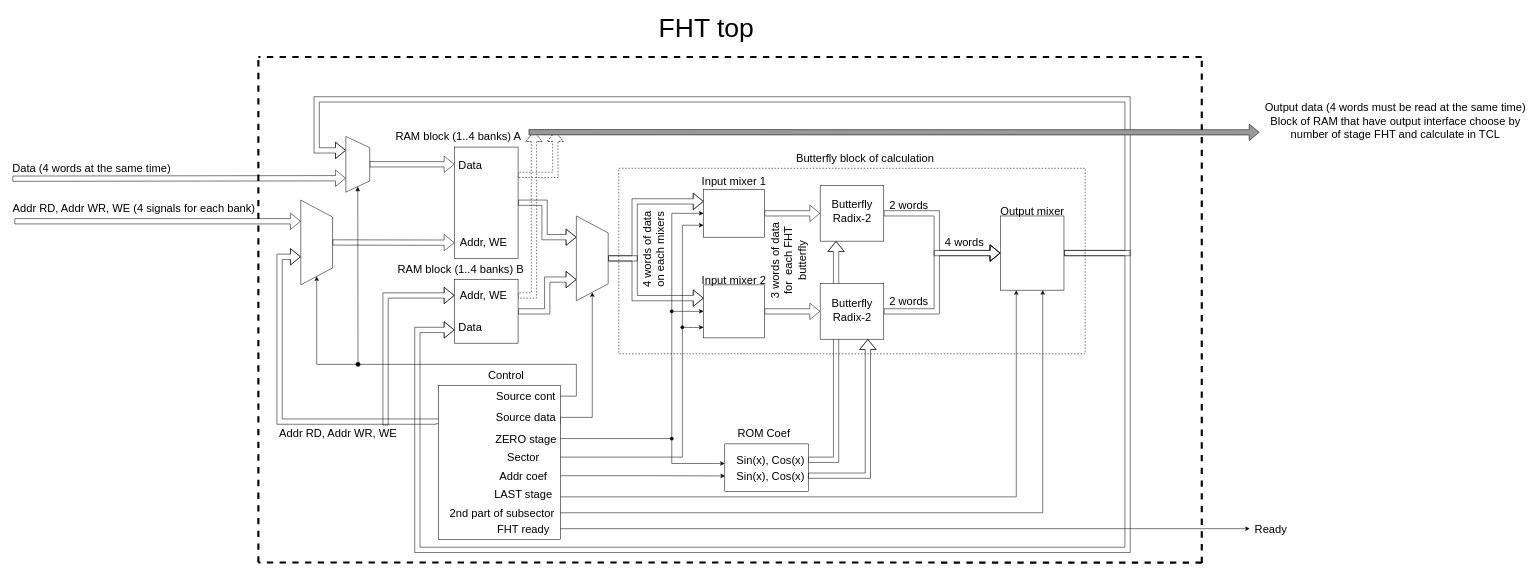
senya1997/FHT keeps this draw.io diagram as docs/fht.drawio. Above is the earlier version. Source tidied: cells renumbered, new cells numbered last; positions are measured from the earlier drawing's top-left corner, leaving out a move shared by most shapes. Both pictures are drawn from the tidied source at 53%, with x=0, y=0 at pixel (9, 9).
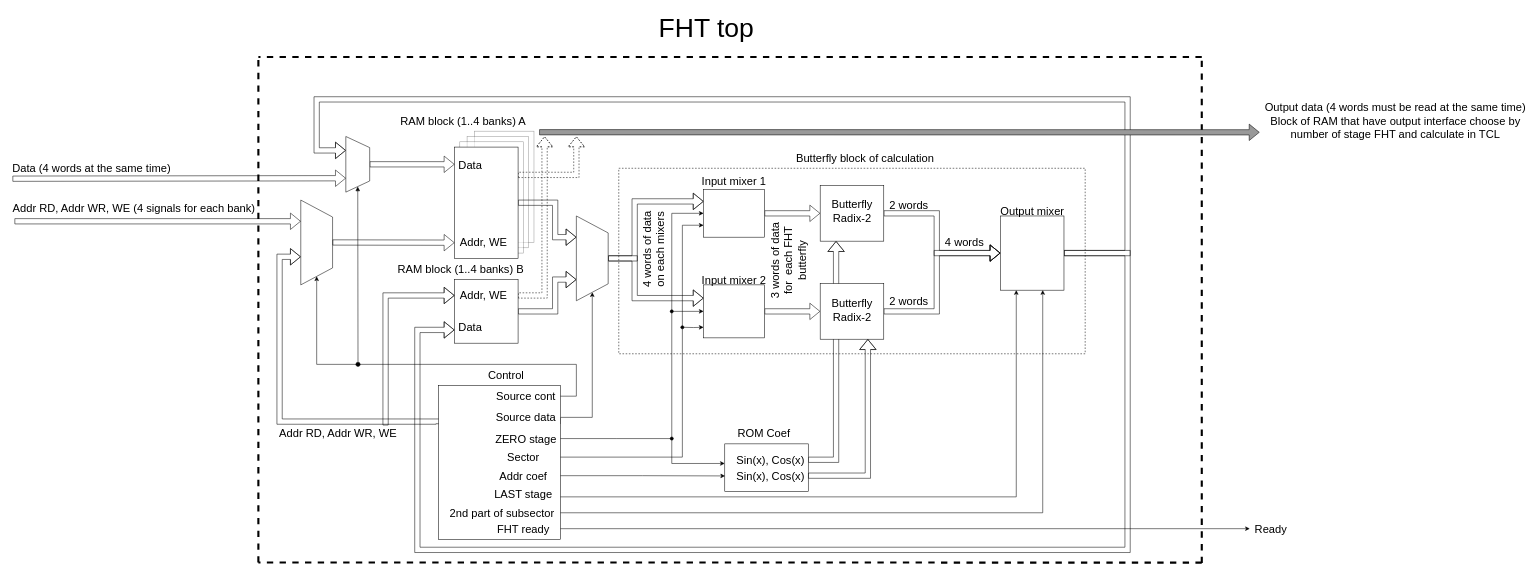
Above is the later version.

Unchanged cells that the change refers to:
```xml
<mxCell id="6" style="rounded=0;whiteSpace=wrap;html=1;" parent="1" vertex="1">
  <mxGeometry x="840" y="260" width="120" height="210" as="geometry" />
</mxCell>
<mxCell id="10" style="rounded=0;whiteSpace=wrap;html=1;" parent="1" vertex="1">
  <mxGeometry x="840" y="510" width="120" height="120" as="geometry" />
</mxCell>
<mxCell id="14" style="shape=trapezoid;perimeter=trapezoidPerimeter;whiteSpace=wrap;html=1;fontSize=21;rotation=90;" parent="1" vertex="1">
  <mxGeometry x="1020" y="440" width="160" height="60" as="geometry" />
</mxCell>
<mxCell id="89" value="Output data (4 words must be read at the same time)&lt;br&gt;Block of RAM that have output interface choose by&lt;br&gt;number of stage FHT and calculate in TCL" style="text;html=1;align=center;verticalAlign=middle;points=[];fontSize=21;" parent="1" vertex="1">
  <mxGeometry x="2360" y="170" width="510" height="80" as="geometry" />
</mxCell>
```

The edit, as a diff of the source:
```diff
@@
+    <mxCell id="91" style="rounded=0;whiteSpace=wrap;html=1;strokeWidth=1;opacity=40;" parent="1" vertex="1">
+      <mxGeometry x="877.5" y="230" width="112.5" height="210" as="geometry" />
+    </mxCell>
+    <mxCell id="92" style="rounded=0;whiteSpace=wrap;html=1;strokeWidth=1;opacity=40;" parent="1" vertex="1">
+      <mxGeometry x="863.8" y="240" width="116.2" height="210" as="geometry" />
+    </mxCell>
+    <mxCell id="93" style="rounded=0;whiteSpace=wrap;html=1;strokeWidth=1;opacity=40;" parent="1" vertex="1">
+      <mxGeometry x="850" y="250" width="120" height="210" as="geometry" />
+    </mxCell>
@@
     <mxCell id="4" style="edgeStyle=orthogonalEdgeStyle;rounded=0;jettySize=auto;html=1;entryX=0.25;entryY=1;entryDx=0;entryDy=0;fontSize=21;shape=flexArrow;" parent="1" edge="1" source="6" target="14">
       <mxGeometry relative="1" as="geometry">
         <Array as="points">
-          <mxPoint x="1010" y="365" />
-          <mxPoint x="1010" y="430" />
+          <mxPoint x="1030" y="365" />
+          <mxPoint x="1030" y="430" />
         </Array>
       </mxGeometry>
     </mxCell>
     <mxCell id="5" style="edgeStyle=orthogonalEdgeStyle;shape=flexArrow;rounded=0;jettySize=auto;html=1;exitX=1;exitY=0.25;exitDx=0;exitDy=0;startArrow=none;startFill=0;endArrow=classic;endFill=1;strokeColor=#000000;dashed=1;" parent="1" edge="1" source="6">
       <mxGeometry relative="1" as="geometry">
-        <mxPoint x="1030" y="230" as="targetPoint" />
+        <mxPoint x="1070" y="240" as="targetPoint" />
+        <Array as="points">
+          <mxPoint x="1070" y="313" />
+          <mxPoint x="1070" y="230" />
+        </Array>
       </mxGeometry>
     </mxCell>
@@
     <mxCell id="7" value="RAM block (1..4 banks) A" style="text;html=1;strokeColor=none;fillColor=none;align=center;verticalAlign=middle;whiteSpace=wrap;rounded=0;fontSize=21;" parent="1" vertex="1">
-      <mxGeometry x="720" y="230" width="255" height="20" as="geometry" />
+      <mxGeometry x="728.8" y="200" width="255" height="20" as="geometry" />
     </mxCell>
     <mxCell id="8" style="edgeStyle=orthogonalEdgeStyle;rounded=0;jettySize=auto;html=1;entryX=0.75;entryY=1;entryDx=0;entryDy=0;fontSize=21;shape=flexArrow;" parent="1" edge="1" source="10" target="14">
-      <mxGeometry relative="1" as="geometry" />
+      <mxGeometry relative="1" as="geometry">
+        <Array as="points">
+          <mxPoint x="1030" y="570" />
+          <mxPoint x="1030" y="510" />
+        </Array>
+      </mxGeometry>
     </mxCell>
     <mxCell id="9" style="edgeStyle=orthogonalEdgeStyle;shape=flexArrow;rounded=0;jettySize=auto;html=1;exitX=1;exitY=0.25;exitDx=0;exitDy=0;startArrow=none;startFill=0;endArrow=block;endFill=0;strokeColor=#000000;dashed=1;" parent="1" edge="1" source="10">
       <mxGeometry relative="1" as="geometry">
-        <mxPoint x="990" y="230" as="targetPoint" />
+        <mxPoint x="1010" y="240" as="targetPoint" />
         <Array as="points">
-          <mxPoint x="990" y="540" />
-          <mxPoint x="990" y="228" />
+          <mxPoint x="1010" y="540" />
+          <mxPoint x="1010" y="230" />
         </Array>
       </mxGeometry>
     </mxCell>
@@
     <mxCell id="90" style="endArrow=classic;html=1;strokeColor=#000000;shape=flexArrow;entryX=-0.002;entryY=0.777;entryDx=0;entryDy=0;entryPerimeter=0;fillColor=#999999;" parent="1" edge="1" target="89">
       <mxGeometry relative="1" as="geometry">
-        <mxPoint x="980" y="232" as="sourcePoint" />
+        <mxPoint x="1000" y="232" as="sourcePoint" />
       </mxGeometry>
     </mxCell>
```
